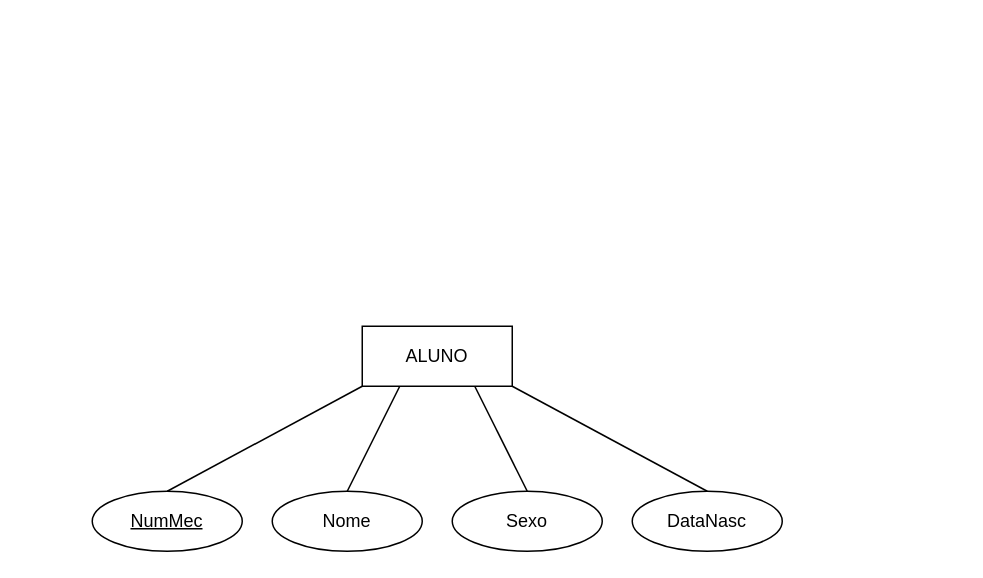
Earlier version of the draw.io diagram DiagramaEscolar.drawio (HenriqueUniLogic/turma2p2024_diagramas). Source tidied: cells renumbered, new cells numbered last; positions are measured from the earlier drawing's top-left corner, leaving out a move shared by most shapes. Both pictures are drawn from the tidied source at 150%, with x=0, y=0 at pixel (92, 326).
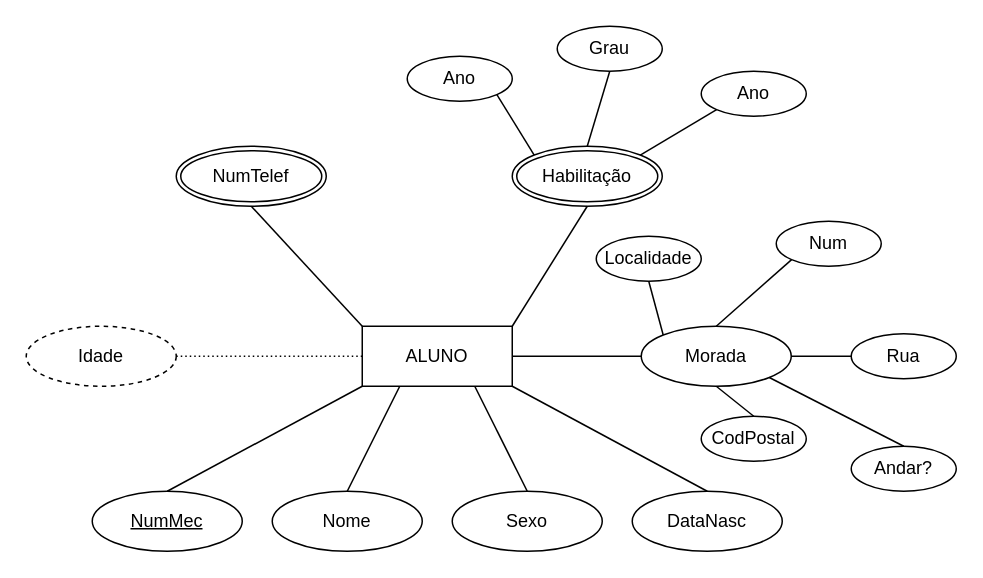
After the change.

Commit message:
Adição de Atributos Compostos e Complexos

The change refers to these unchanged cells:
```xml
<mxCell id="2" value="ALUNO" style="whiteSpace=wrap;html=1;align=center;" parent="1" vertex="1">
  <mxGeometry x="180" width="100" height="40" as="geometry" />
</mxCell>
```

Change to the diagram source:
```diff
@@
+    <mxCell id="11" value="Idade" style="ellipse;whiteSpace=wrap;html=1;align=center;dashed=1;" parent="1" vertex="1">
+      <mxGeometry x="-44" width="100" height="40" as="geometry" />
+    </mxCell>
+    <mxCell id="12" style="endArrow=none;html=1;rounded=0;dashed=1;dashPattern=1 2;entryX=0;entryY=0.5;entryDx=0;entryDy=0;exitX=1;exitY=0.5;exitDx=0;exitDy=0;" parent="1" edge="1" source="11" target="2">
+      <mxGeometry relative="1" as="geometry" />
+    </mxCell>
+    <mxCell id="13" style="html=1;whiteSpace=wrap;align=right;verticalAlign=bottom;" parent="12" vertex="1">
+      <mxGeometry x="1" relative="1" as="geometry" />
+    </mxCell>
+    <mxCell id="14" value="NumTelef" style="ellipse;shape=doubleEllipse;margin=3;whiteSpace=wrap;html=1;align=center;" parent="1" vertex="1">
+      <mxGeometry x="56" y="-120" width="100" height="40" as="geometry" />
+    </mxCell>
+    <mxCell id="15" style="endArrow=none;html=1;rounded=0;exitX=0;exitY=0;exitDx=0;exitDy=0;entryX=0.5;entryY=1;entryDx=0;entryDy=0;" parent="1" edge="1" source="2" target="14">
+      <mxGeometry relative="1" as="geometry" />
+    </mxCell>
+    <mxCell id="16" value="Habilitação" style="ellipse;shape=doubleEllipse;margin=3;whiteSpace=wrap;html=1;align=center;" parent="1" vertex="1">
+      <mxGeometry x="280" y="-120" width="100" height="40" as="geometry" />
+    </mxCell>
+    <mxCell id="17" style="endArrow=none;html=1;rounded=0;entryX=0.5;entryY=1;entryDx=0;entryDy=0;exitX=1;exitY=0;exitDx=0;exitDy=0;" parent="1" edge="1" source="2" target="16">
+      <mxGeometry relative="1" as="geometry" />
+    </mxCell>
+    <mxCell id="18" value="Morada" style="ellipse;whiteSpace=wrap;html=1;align=center;" parent="1" vertex="1">
+      <mxGeometry x="366" width="100" height="40" as="geometry" />
+    </mxCell>
+    <mxCell id="19" style="endArrow=none;html=1;rounded=0;exitX=1;exitY=0.5;exitDx=0;exitDy=0;entryX=0;entryY=0.5;entryDx=0;entryDy=0;" parent="1" edge="1" source="2" target="18">
+      <mxGeometry relative="1" as="geometry" />
+    </mxCell>
+    <mxCell id="20" value="CodPostal" style="ellipse;whiteSpace=wrap;html=1;align=center;" parent="1" vertex="1">
+      <mxGeometry x="406" y="60" width="70" height="30" as="geometry" />
+    </mxCell>
+    <mxCell id="21" style="endArrow=none;html=1;rounded=0;exitX=0.5;exitY=1;exitDx=0;exitDy=0;entryX=0.5;entryY=0;entryDx=0;entryDy=0;" parent="1" edge="1" source="18" target="20">
+      <mxGeometry relative="1" as="geometry" />
+    </mxCell>
+    <mxCell id="22" value="Rua" style="ellipse;whiteSpace=wrap;html=1;align=center;" parent="1" vertex="1">
+      <mxGeometry x="506" y="5" width="70" height="30" as="geometry" />
+    </mxCell>
+    <mxCell id="23" style="endArrow=none;html=1;rounded=0;exitX=1;exitY=0.5;exitDx=0;exitDy=0;entryX=0;entryY=0.5;entryDx=0;entryDy=0;" parent="1" edge="1" source="18" target="22">
+      <mxGeometry relative="1" as="geometry" />
+    </mxCell>
+    <mxCell id="24" value="Num" style="ellipse;whiteSpace=wrap;html=1;align=center;" parent="1" vertex="1">
+      <mxGeometry x="456" y="-70" width="70" height="30" as="geometry" />
+    </mxCell>
+    <mxCell id="25" style="endArrow=none;html=1;rounded=0;exitX=0.5;exitY=0;exitDx=0;exitDy=0;entryX=0;entryY=1;entryDx=0;entryDy=0;" parent="1" edge="1" source="18" target="24">
+      <mxGeometry relative="1" as="geometry" />
+    </mxCell>
+    <mxCell id="26" value="Andar?" style="ellipse;whiteSpace=wrap;html=1;align=center;" parent="1" vertex="1">
+      <mxGeometry x="506" y="80" width="70" height="30" as="geometry" />
+    </mxCell>
+    <mxCell id="27" style="endArrow=none;html=1;rounded=0;exitX=1;exitY=1;exitDx=0;exitDy=0;entryX=0.5;entryY=0;entryDx=0;entryDy=0;" parent="1" edge="1" source="18" target="26">
+      <mxGeometry relative="1" as="geometry" />
+    </mxCell>
+    <mxCell id="28" value="Localidade" style="ellipse;whiteSpace=wrap;html=1;align=center;" parent="1" vertex="1">
+      <mxGeometry x="336" y="-60" width="70" height="30" as="geometry" />
+    </mxCell>
+    <mxCell id="29" style="endArrow=none;html=1;rounded=0;entryX=0.5;entryY=1;entryDx=0;entryDy=0;exitX=0;exitY=0;exitDx=0;exitDy=0;" parent="1" edge="1" source="18" target="28">
+      <mxGeometry relative="1" as="geometry" />
+    </mxCell>
+    <mxCell id="30" value="Grau" style="ellipse;whiteSpace=wrap;html=1;align=center;" parent="1" vertex="1">
+      <mxGeometry x="310" y="-200" width="70" height="30" as="geometry" />
+    </mxCell>
+    <mxCell id="31" style="endArrow=none;html=1;rounded=0;entryX=0.5;entryY=1;entryDx=0;entryDy=0;exitX=0.5;exitY=0;exitDx=0;exitDy=0;" parent="1" edge="1" source="16" target="30">
+      <mxGeometry relative="1" as="geometry" />
+    </mxCell>
+    <mxCell id="32" value="Ano" style="ellipse;whiteSpace=wrap;html=1;align=center;" parent="1" vertex="1">
+      <mxGeometry x="406" y="-170" width="70" height="30" as="geometry" />
+    </mxCell>
+    <mxCell id="33" style="endArrow=none;html=1;rounded=0;exitX=1;exitY=0;exitDx=0;exitDy=0;entryX=0;entryY=1;entryDx=0;entryDy=0;" parent="1" edge="1" source="16" target="32">
+      <mxGeometry relative="1" as="geometry" />
+    </mxCell>
+    <mxCell id="34" value="Ano" style="ellipse;whiteSpace=wrap;html=1;align=center;" parent="1" vertex="1">
+      <mxGeometry x="210" y="-180" width="70" height="30" as="geometry" />
+    </mxCell>
+    <mxCell id="35" style="endArrow=none;html=1;rounded=0;exitX=1;exitY=1;exitDx=0;exitDy=0;entryX=0;entryY=0;entryDx=0;entryDy=0;" parent="1" edge="1" source="34" target="16">
+      <mxGeometry relative="1" as="geometry" />
+    </mxCell>
```
